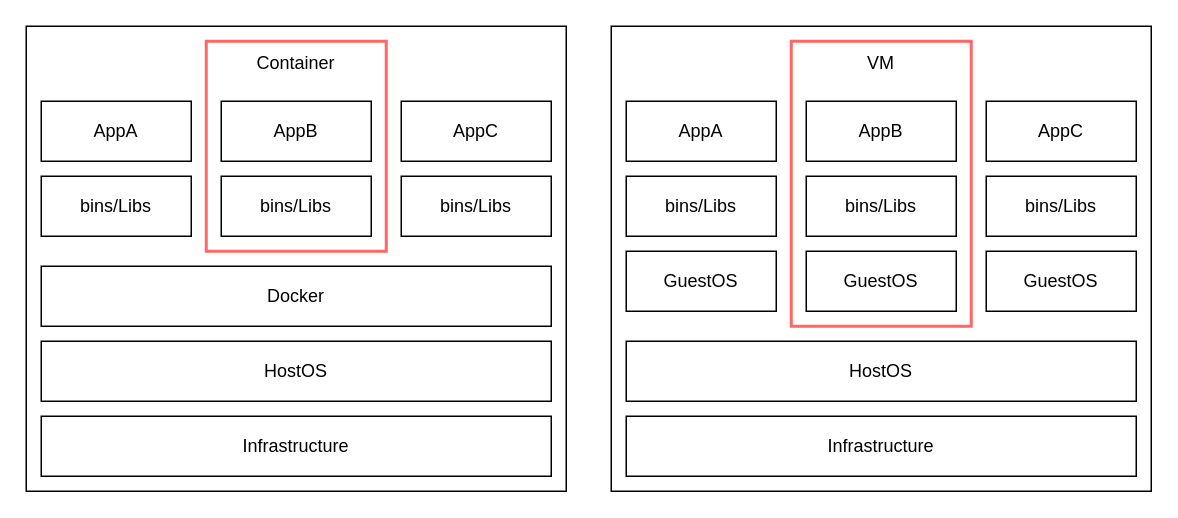
Before: Untitled Diagram.drawio in codesweaver/doglove, a draw.io diagram. Source tidied: cells renumbered, new cells numbered last; positions are measured from the earlier drawing's top-left corner, leaving out a move shared by most shapes. Both pictures are drawn from the tidied source at 150%, with x=0, y=0 at pixel (26, 26).
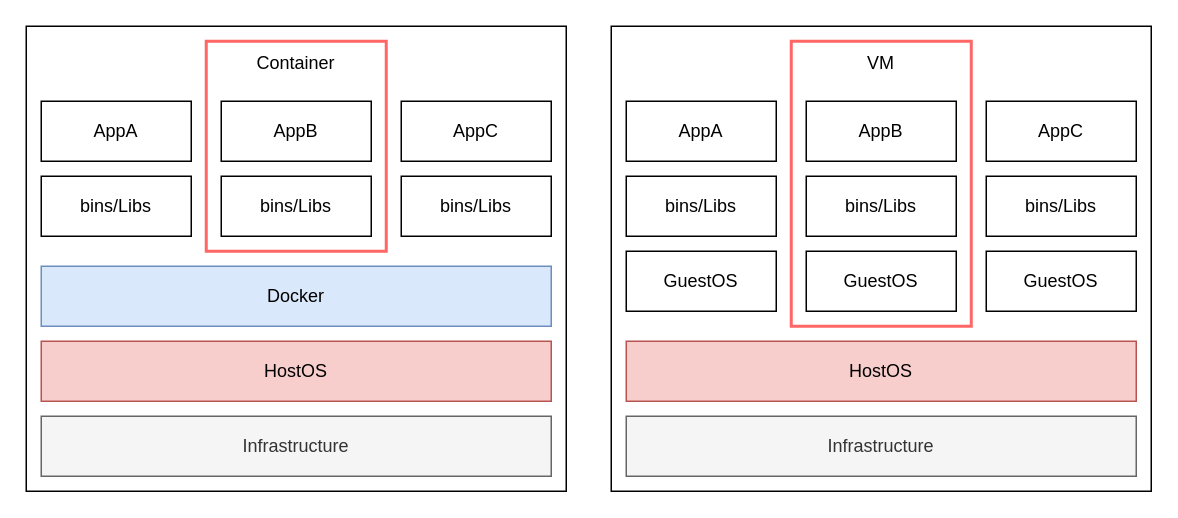
After the change.

Commit message:
Docker와 VM의 차이점

Diff of the diagram source:
```diff
@@
-    <mxCell id="3" value="Infrastructure" style="rounded=0;whiteSpace=wrap;html=1;" parent="1" vertex="1">
+    <mxCell id="3" value="Infrastructure" style="rounded=0;whiteSpace=wrap;html=1;fillColor=#f5f5f5;strokeColor=#666666;fontColor=#333333;" parent="1" vertex="1">
       <mxGeometry x="10" y="260" width="340" height="40" as="geometry" />
     </mxCell>
-    <mxCell id="4" value="HostOS" style="rounded=0;whiteSpace=wrap;html=1;" parent="1" vertex="1">
+    <mxCell id="4" value="HostOS" style="rounded=0;whiteSpace=wrap;html=1;fillColor=#f8cecc;strokeColor=#b85450;" parent="1" vertex="1">
       <mxGeometry x="10" y="210" width="340" height="40" as="geometry" />
     </mxCell>
-    <mxCell id="5" value="Docker" style="rounded=0;whiteSpace=wrap;html=1;" parent="1" vertex="1">
+    <mxCell id="5" value="Docker" style="rounded=0;whiteSpace=wrap;html=1;fillColor=#dae8fc;strokeColor=#6c8ebf;" parent="1" vertex="1">
       <mxGeometry x="10" y="160" width="340" height="40" as="geometry" />
     </mxCell>
@@
-    <mxCell id="15" value="Infrastructure" style="rounded=0;whiteSpace=wrap;html=1;" parent="1" vertex="1">
+    <mxCell id="15" value="Infrastructure" style="rounded=0;whiteSpace=wrap;html=1;fillColor=#f5f5f5;strokeColor=#666666;fontColor=#333333;" parent="1" vertex="1">
       <mxGeometry x="400" y="260" width="340" height="40" as="geometry" />
     </mxCell>
-    <mxCell id="16" value="HostOS" style="rounded=0;whiteSpace=wrap;html=1;" parent="1" vertex="1">
+    <mxCell id="16" value="HostOS" style="rounded=0;whiteSpace=wrap;html=1;fillColor=#f8cecc;strokeColor=#b85450;" parent="1" vertex="1">
       <mxGeometry x="400" y="210" width="340" height="40" as="geometry" />
     </mxCell>
```
